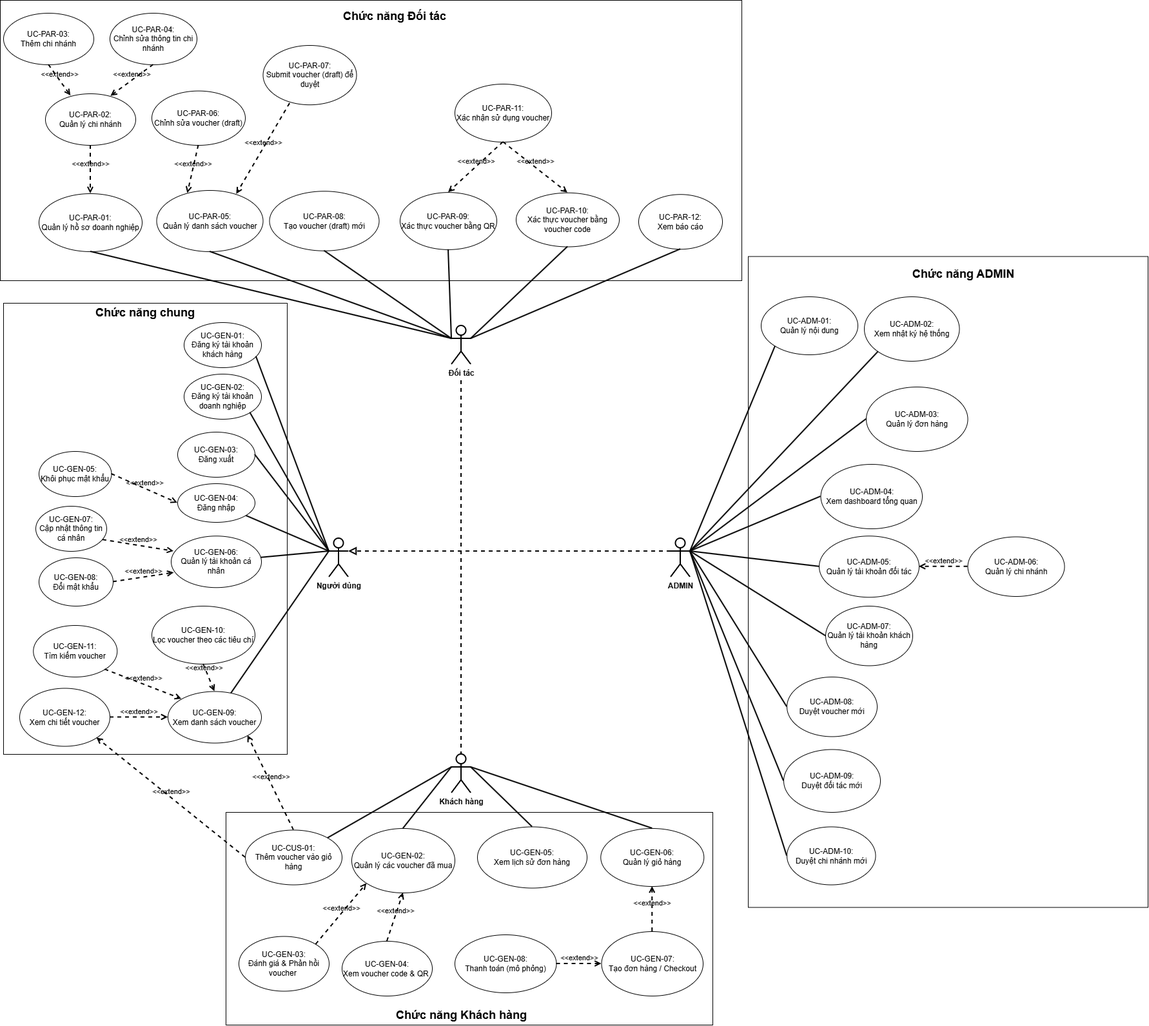
Earlier version of the draw.io export UseCase-Diagram/UseCase-Diagram-Light.png (DomQuangMinhTriet/EC_Nhom3). Source tidied: cells renumbered, new cells last; positions are measured from the earlier drawing's top-left corner, leaving out a move shared by most shapes.
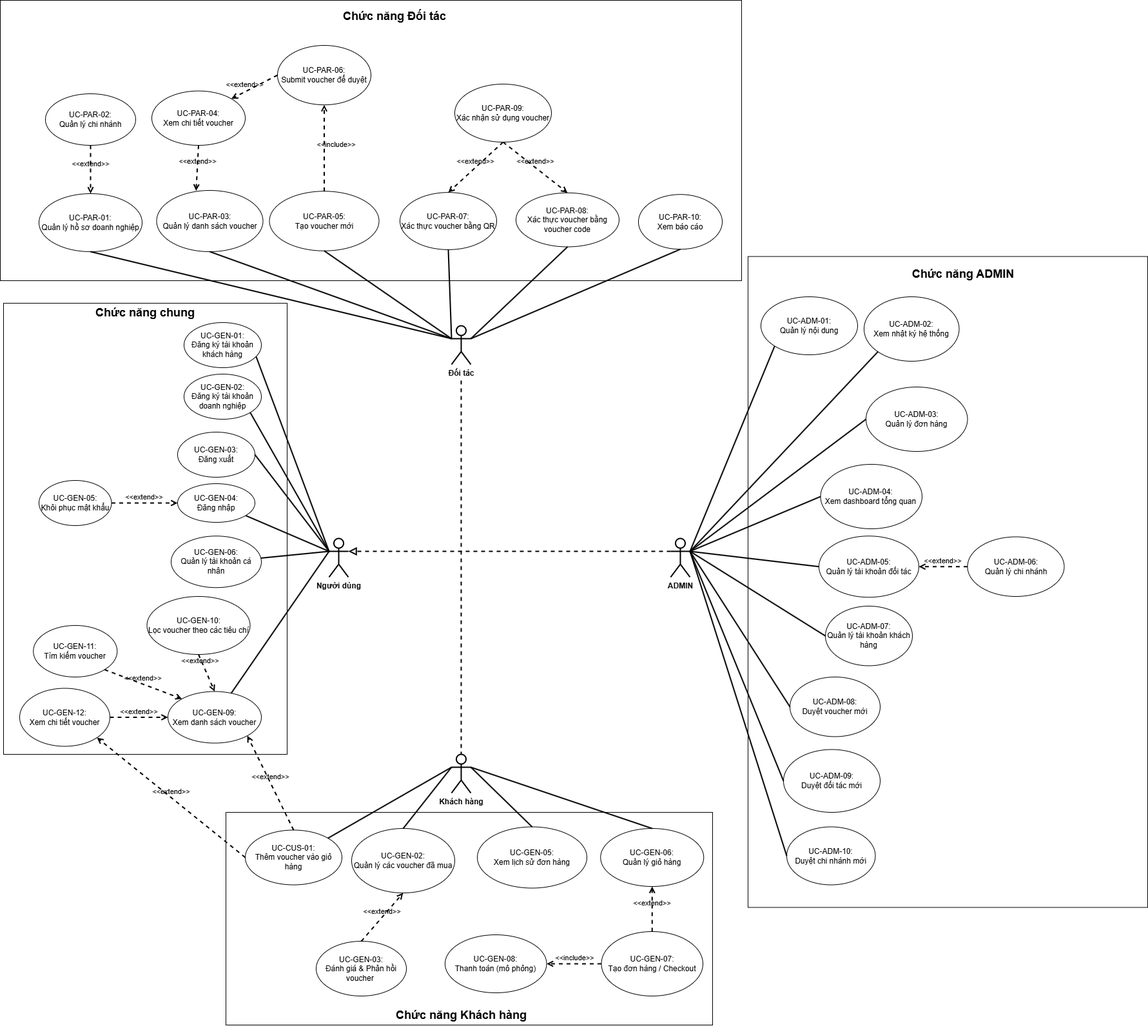
The same file after the commit.

Commit message:
duong/use-case: update diagram

What changed in the source:
```diff
@@ -32,9 +32,6 @@
     <mxCell id="11" value="UC-GEN-06:&lt;br&gt;&lt;div&gt;Quản lý tài khoản cá nhân&lt;/div&gt;" style="ellipse;whiteSpace=wrap;html=1;" parent="1" vertex="1">
       <mxGeometry x="265" y="831.2" width="140" height="80" as="geometry" />
     </mxCell>
-    <mxCell id="12" value="UC-GEN-07:&lt;div&gt;Cập nhật thông tin cá nhân&lt;/div&gt;" style="ellipse;whiteSpace=wrap;html=1;" parent="1" vertex="1">
-      <mxGeometry x="55" y="785" width="110" height="70" as="geometry" />
-    </mxCell>
     <mxCell id="13" value="UC-GEN-09:&lt;div&gt;Xem danh sách voucher&lt;/div&gt;" style="ellipse;whiteSpace=wrap;html=1;" parent="1" vertex="1">
       <mxGeometry x="260" y="1072.5" width="145" height="80" as="geometry" />
     </mxCell>
@@ -42,7 +39,7 @@
       <mxGeometry x="30" y="1067.5" width="140" height="90" as="geometry" />
     </mxCell>
     <mxCell id="15" value="UC-GEN-10:&lt;div&gt;Lọc voucher theo các tiêu chí&lt;/div&gt;" style="ellipse;whiteSpace=wrap;html=1;" parent="1" vertex="1">
-      <mxGeometry x="235" y="940" width="160" height="90" as="geometry" />
+      <mxGeometry x="227.5" y="925" width="160" height="90" as="geometry" />
     </mxCell>
     <mxCell id="16" value="UC-CUS-01:&lt;div&gt;Thêm voucher vào giỏ hàng&lt;/div&gt;" style="ellipse;whiteSpace=wrap;html=1;" parent="1" vertex="1">
       <mxGeometry x="380" y="1287.5" width="150" height="85" as="geometry" />
@@ -63,10 +60,10 @@
       <mxGeometry x="545" y="1285" width="160" height="100" as="geometry" />
     </mxCell>
     <mxCell id="22" value="UC-GEN-03:&lt;div&gt;Đánh giá &amp;amp; Phản hồi voucher&amp;nbsp;&lt;/div&gt;" style="ellipse;whiteSpace=wrap;html=1;" parent="1" vertex="1">
-      <mxGeometry x="370" y="1452.5" width="140" height="85" as="geometry" />
+      <mxGeometry x="490" y="1460" width="140" height="85" as="geometry" />
     </mxCell>
     <mxCell id="23" value="UC-GEN-08:&lt;div&gt;Thanh toán (mô phỏng)&lt;/div&gt;" style="ellipse;whiteSpace=wrap;html=1;" parent="1" vertex="1">
-      <mxGeometry x="705" y="1450" width="157.5" height="90" as="geometry" />
+      <mxGeometry x="690" y="1450" width="157.5" height="90" as="geometry" />
     </mxCell>
     <mxCell id="24" value="UC-PAR-02:&lt;div&gt;Quản lý chi nhánh&lt;/div&gt;" style="ellipse;whiteSpace=wrap;html=1;" parent="1" vertex="1">
       <mxGeometry x="70" y="145" width="140" height="80" as="geometry" />
@@ -74,29 +71,29 @@
     <mxCell id="25" value="UC-PAR-01:&lt;div&gt;Quản lý hồ sơ doanh nghiệp&lt;/div&gt;" style="ellipse;whiteSpace=wrap;html=1;" parent="1" vertex="1">
       <mxGeometry x="60" y="300" width="160" height="90" as="geometry" />
     </mxCell>
-    <mxCell id="26" value="UC-PAR-08:&lt;div&gt;Tạo voucher (draft) mới&lt;/div&gt;" style="ellipse;whiteSpace=wrap;html=1;" parent="1" vertex="1">
+    <mxCell id="26" value="UC-PAR-05:&lt;div&gt;Tạo voucher mới&lt;/div&gt;" style="ellipse;whiteSpace=wrap;html=1;" parent="1" vertex="1">
       <mxGeometry x="417.5" y="296.2" width="170" height="92.5" as="geometry" />
     </mxCell>
-    <mxCell id="27" value="UC-PAR-06:&lt;div&gt;Chỉnh sửa voucher (draft)&lt;/div&gt;" style="ellipse;whiteSpace=wrap;html=1;" parent="1" vertex="1">
+    <mxCell id="27" value="UC-PAR-04:&lt;div&gt;Xem chi tiết voucher&lt;/div&gt;" style="ellipse;whiteSpace=wrap;html=1;" parent="1" vertex="1">
       <mxGeometry x="235" y="140.6" width="145" height="84.4" as="geometry" />
     </mxCell>
-    <mxCell id="28" value="UC-PAR-07:&lt;div&gt;Submit voucher (draft) để duyệt&lt;/div&gt;" style="ellipse;whiteSpace=wrap;html=1;" parent="1" vertex="1">
-      <mxGeometry x="407.5" y="70" width="145" height="92.2" as="geometry" />
+    <mxCell id="28" value="UC-PAR-06:&lt;div&gt;Submit voucher để duyệt&lt;/div&gt;" style="ellipse;whiteSpace=wrap;html=1;" parent="1" vertex="1">
+      <mxGeometry x="430" y="70" width="145" height="92.2" as="geometry" />
     </mxCell>
-    <mxCell id="29" value="UC-PAR-05:&lt;div&gt;Quản lý danh sách voucher&lt;/div&gt;" style="ellipse;whiteSpace=wrap;html=1;" parent="1" vertex="1">
+    <mxCell id="29" value="UC-PAR-03:&lt;div&gt;Quản lý danh sách voucher&lt;/div&gt;" style="ellipse;whiteSpace=wrap;html=1;" parent="1" vertex="1">
       <mxGeometry x="242.5" y="295" width="165" height="95" as="geometry" />
     </mxCell>
-    <mxCell id="30" value="UC-PAR-09:&lt;div&gt;Xác thực voucher bằng QR&lt;/div&gt;" style="ellipse;whiteSpace=wrap;html=1;" parent="1" vertex="1">
+    <mxCell id="30" value="UC-PAR-07:&lt;div&gt;Xác thực voucher bằng QR&lt;/div&gt;" style="ellipse;whiteSpace=wrap;html=1;" parent="1" vertex="1">
       <mxGeometry x="620" y="298.1" width="150" height="88.8" as="geometry" />
     </mxCell>
-    <mxCell id="31" value="UC-PAR-10:&lt;div&gt;Xác thực voucher bằng voucher code&lt;/div&gt;" style="ellipse;whiteSpace=wrap;html=1;" parent="1" vertex="1">
+    <mxCell id="31" value="UC-PAR-08:&lt;div&gt;Xác thực voucher bằng voucher code&lt;/div&gt;" style="ellipse;whiteSpace=wrap;html=1;" parent="1" vertex="1">
       <mxGeometry x="800" y="298.8" width="160" height="83.8" as="geometry" />
     </mxCell>
-    <mxCell id="32" value="UC-PAR-12:&lt;div&gt;Xem báo cáo&lt;/div&gt;" style="ellipse;whiteSpace=wrap;html=1;" parent="1" vertex="1">
+    <mxCell id="32" value="UC-PAR-10:&lt;div&gt;Xem báo cáo&lt;/div&gt;" style="ellipse;whiteSpace=wrap;html=1;" parent="1" vertex="1">
       <mxGeometry x="990" y="301.2" width="130" height="85" as="geometry" />
     </mxCell>
     <mxCell id="33" value="UC-GEN-05:&lt;div&gt;Khôi phục mật khẩu&lt;/div&gt;" style="ellipse;whiteSpace=wrap;html=1;" parent="1" vertex="1">
-      <mxGeometry x="60" y="700" width="112.5" height="70" as="geometry" />
+      <mxGeometry x="60" y="745" width="112.5" height="70" as="geometry" />
     </mxCell>
     <mxCell id="34" value="&lt;b&gt;ADMIN&lt;/b&gt;" style="shape=umlActor;verticalLabelPosition=bottom;verticalAlign=top;html=1;outlineConnect=0;strokeWidth=2;" parent="1" vertex="1">
       <mxGeometry x="1040" y="835" width="30" height="60" as="geometry" />
@@ -114,7 +111,7 @@
       <mxGeometry x="1500.5" y="832.5" width="150" height="92.5" as="geometry" />
     </mxCell>
     <mxCell id="39" value="UC-ADM-08:&lt;div&gt;Duyệt voucher mới&lt;/div&gt;" style="ellipse;whiteSpace=wrap;html=1;" parent="1" vertex="1">
-      <mxGeometry x="1220" y="1050" width="140" height="92.5" as="geometry" />
+      <mxGeometry x="1225" y="1050" width="140" height="92.5" as="geometry" />
     </mxCell>
     <mxCell id="40" value="UC-ADM-09:&lt;div&gt;Duyệt đối tác mới&lt;/div&gt;" style="ellipse;whiteSpace=wrap;html=1;" parent="1" vertex="1">
       <mxGeometry x="1215" y="1162.5" width="150" height="97.5" as="geometry" />
@@ -157,10 +154,7 @@
     <mxCell id="52" value="&amp;lt;&amp;lt;extend&amp;gt;&amp;gt;" style="html=1;verticalAlign=bottom;labelBackgroundColor=none;endArrow=open;endFill=0;dashed=1;rounded=0;strokeWidth=2;exitX=0.5;exitY=1;exitDx=0;exitDy=0;entryX=0.5;entryY=0;entryDx=0;entryDy=0;" parent="1" edge="1" source="15" target="13">
       <mxGeometry x="-0.41" y="-5" relative="1" as="geometry" />
     </mxCell>
-    <mxCell id="53" value="&amp;lt;&amp;lt;extend&amp;gt;&amp;gt;" style="html=1;verticalAlign=bottom;labelBackgroundColor=none;endArrow=open;endFill=0;dashed=1;rounded=0;strokeWidth=2;exitX=0.945;exitY=0.745;exitDx=0;exitDy=0;entryX=0.029;entryY=0.297;entryDx=0;entryDy=0;exitPerimeter=0;entryPerimeter=0;" parent="1" edge="1" source="12" target="11">
-      <mxGeometry relative="1" as="geometry" />
-    </mxCell>
-    <mxCell id="54" value="UC-PAR-11:&lt;div&gt;Xác nhận sử dụng voucher&lt;/div&gt;" style="ellipse;whiteSpace=wrap;html=1;" parent="1" vertex="1">
+    <mxCell id="54" value="UC-PAR-09:&lt;div&gt;Xác nhận sử dụng voucher&lt;/div&gt;" style="ellipse;whiteSpace=wrap;html=1;" parent="1" vertex="1">
       <mxGeometry x="705" y="130" width="150" height="90" as="geometry" />
     </mxCell>
     <mxCell id="55" value="UC-ADM-10:&lt;div&gt;Duyệt chi nhánh mới&lt;/div&gt;" style="ellipse;whiteSpace=wrap;html=1;" parent="1" vertex="1">
@@ -211,10 +205,10 @@
     <mxCell id="70" style="rounded=0;jettySize=auto;html=1;entryX=1;entryY=0.3333333333333333;entryDx=0;entryDy=0;endArrow=none;endFill=0;exitX=0.5;exitY=0;exitDx=0;exitDy=0;strokeWidth=2;entryPerimeter=0;" parent="1" edge="1" source="20" target="4">
       <mxGeometry relative="1" as="geometry" />
     </mxCell>
-    <mxCell id="71" value="&amp;lt;&amp;lt;extend&amp;gt;&amp;gt;" style="html=1;verticalAlign=bottom;labelBackgroundColor=none;endArrow=open;endFill=0;dashed=1;rounded=0;strokeWidth=2;exitX=1;exitY=0;exitDx=0;exitDy=0;entryX=0;entryY=1;entryDx=0;entryDy=0;" parent="1" edge="1" source="22" target="21">
+    <mxCell id="71" value="&amp;lt;&amp;lt;extend&amp;gt;&amp;gt;" style="html=1;verticalAlign=bottom;labelBackgroundColor=none;endArrow=open;endFill=0;dashed=1;rounded=0;strokeWidth=2;exitX=0.5;exitY=0;exitDx=0;exitDy=0;entryX=0.5;entryY=1;entryDx=0;entryDy=0;" parent="1" edge="1" source="22" target="21">
       <mxGeometry relative="1" as="geometry" />
     </mxCell>
-    <mxCell id="72" value="&amp;lt;&amp;lt;extend&amp;gt;&amp;gt;" style="html=1;verticalAlign=bottom;labelBackgroundColor=none;endArrow=open;endFill=0;dashed=1;rounded=0;strokeWidth=2;exitX=1;exitY=0.5;exitDx=0;exitDy=0;entryX=0;entryY=0.5;entryDx=0;entryDy=0;" parent="1" edge="1" source="23" target="19">
+    <mxCell id="72" value="&amp;lt;&amp;lt;include&amp;gt;&amp;gt;" style="html=1;verticalAlign=bottom;labelBackgroundColor=none;endArrow=open;endFill=0;dashed=1;rounded=0;strokeWidth=2;exitX=0;exitY=0.5;exitDx=0;exitDy=0;entryX=1;entryY=0.5;entryDx=0;entryDy=0;" parent="1" edge="1" source="19" target="23">
       <mxGeometry relative="1" as="geometry" />
     </mxCell>
     <mxCell id="73" value="&amp;lt;&amp;lt;extend&amp;gt;&amp;gt;" style="html=1;verticalAlign=bottom;labelBackgroundColor=none;endArrow=open;endFill=0;dashed=1;rounded=0;strokeWidth=2;exitX=0.5;exitY=0;exitDx=0;exitDy=0;entryX=0.5;entryY=1;entryDx=0;entryDy=0;" parent="1" edge="1" source="19" target="18">
@@ -229,20 +223,14 @@
     <mxCell id="76" value="&amp;lt;&amp;lt;extend&amp;gt;&amp;gt;" style="html=1;verticalAlign=bottom;labelBackgroundColor=none;endArrow=open;endFill=0;dashed=1;rounded=0;strokeWidth=2;exitX=0;exitY=0.5;exitDx=0;exitDy=0;entryX=1;entryY=0.5;entryDx=0;entryDy=0;" parent="1" edge="1" source="38" target="37">
       <mxGeometry relative="1" as="geometry" />
     </mxCell>
-    <mxCell id="77" value="UC-GEN-08:&lt;div&gt;Đổi mật khẩu&lt;/div&gt;" style="ellipse;whiteSpace=wrap;html=1;" parent="1" vertex="1">
-      <mxGeometry x="60" y="865" width="115" height="75" as="geometry" />
-    </mxCell>
-    <mxCell id="78" value="&amp;lt;&amp;lt;extend&amp;gt;&amp;gt;" style="html=1;verticalAlign=bottom;labelBackgroundColor=none;endArrow=open;endFill=0;dashed=1;rounded=0;strokeWidth=2;exitX=1;exitY=0.5;exitDx=0;exitDy=0;entryX=0.031;entryY=0.713;entryDx=0;entryDy=0;entryPerimeter=0;" parent="1" edge="1" source="77" target="11">
-      <mxGeometry relative="1" as="geometry" />
-    </mxCell>
     <mxCell id="79" value="&amp;lt;&amp;lt;extend&amp;gt;&amp;gt;" style="html=1;verticalAlign=bottom;labelBackgroundColor=none;endArrow=open;endFill=0;dashed=1;rounded=0;strokeWidth=2;exitX=0.5;exitY=1;exitDx=0;exitDy=0;entryX=0.5;entryY=0;entryDx=0;entryDy=0;" parent="1" edge="1" source="24" target="25">
       <mxGeometry relative="1" as="geometry" />
     </mxCell>
-    <mxCell id="80" value="&amp;lt;&amp;lt;extend&amp;gt;&amp;gt;" style="html=1;verticalAlign=bottom;labelBackgroundColor=none;endArrow=open;endFill=0;dashed=1;rounded=0;strokeWidth=2;exitX=0.5;exitY=1;exitDx=0;exitDy=0;entryX=0.291;entryY=0.047;entryDx=0;entryDy=0;entryPerimeter=0;" parent="1" edge="1" source="27" target="29">
+    <mxCell id="80" value="&amp;lt;&amp;lt;extend&amp;gt;&amp;gt;" style="html=1;verticalAlign=bottom;labelBackgroundColor=none;endArrow=open;endFill=0;dashed=1;rounded=0;strokeWidth=2;exitX=0.5;exitY=1;exitDx=0;exitDy=0;entryX=0.371;entryY=0.007;entryDx=0;entryDy=0;entryPerimeter=0;" parent="1" edge="1" source="27" target="29">
       <mxGeometry relative="1" as="geometry" />
     </mxCell>
-    <mxCell id="81" value="&amp;lt;&amp;lt;extend&amp;gt;&amp;gt;" style="html=1;verticalAlign=bottom;labelBackgroundColor=none;endArrow=open;endFill=0;dashed=1;rounded=0;strokeWidth=2;exitX=0.287;exitY=0.976;exitDx=0;exitDy=0;entryX=0.751;entryY=0.061;entryDx=0;entryDy=0;entryPerimeter=0;exitPerimeter=0;" parent="1" edge="1" source="28" target="29">
-      <mxGeometry relative="1" as="geometry" />
+    <mxCell id="81" value="&amp;lt;&amp;lt;extend&amp;gt;&amp;gt;" style="html=1;verticalAlign=bottom;labelBackgroundColor=none;endArrow=open;endFill=0;dashed=1;rounded=0;strokeWidth=2;exitX=0;exitY=0.5;exitDx=0;exitDy=0;entryX=1;entryY=0;entryDx=0;entryDy=0;" parent="1" edge="1" source="28" target="27">
+      <mxGeometry x="0.38" y="-2" relative="1" as="geometry" />
     </mxCell>
     <mxCell id="82" value="&amp;lt;&amp;lt;extend&amp;gt;&amp;gt;" style="html=1;verticalAlign=bottom;labelBackgroundColor=none;endArrow=open;endFill=0;dashed=1;rounded=0;strokeWidth=2;exitX=0.5;exitY=1;exitDx=0;exitDy=0;entryX=0.5;entryY=0;entryDx=0;entryDy=0;" parent="1" edge="1" source="54" target="30">
       <mxGeometry relative="1" as="geometry" />
@@ -250,30 +238,12 @@
     <mxCell id="83" value="&amp;lt;&amp;lt;extend&amp;gt;&amp;gt;" style="html=1;verticalAlign=bottom;labelBackgroundColor=none;endArrow=open;endFill=0;dashed=1;rounded=0;strokeWidth=2;exitX=0.5;exitY=1;exitDx=0;exitDy=0;entryX=0.5;entryY=0;entryDx=0;entryDy=0;" parent="1" edge="1" source="54" target="31">
       <mxGeometry relative="1" as="geometry" />
     </mxCell>
-    <mxCell id="84" value="UC-PAR-03:&lt;div&gt;Thêm chi nhánh&lt;/div&gt;" style="ellipse;whiteSpace=wrap;html=1;" parent="1" vertex="1">
-      <mxGeometry x="5" y="20" width="140" height="80" as="geometry" />
-    </mxCell>
-    <mxCell id="85" value="UC-PAR-04:&lt;div&gt;Chỉnh sửa thông tin chi nhánh&lt;/div&gt;" style="ellipse;whiteSpace=wrap;html=1;" parent="1" vertex="1">
-      <mxGeometry x="170" y="20" width="135" height="80" as="geometry" />
-    </mxCell>
-    <mxCell id="86" value="&amp;lt;&amp;lt;extend&amp;gt;&amp;gt;" style="html=1;verticalAlign=bottom;labelBackgroundColor=none;endArrow=open;endFill=0;dashed=1;rounded=0;strokeWidth=2;exitX=0.5;exitY=1;exitDx=0;exitDy=0;entryX=0.281;entryY=0.04;entryDx=0;entryDy=0;entryPerimeter=0;" parent="1" edge="1" source="84" target="24">
-      <mxGeometry relative="1" as="geometry" />
-    </mxCell>
-    <mxCell id="87" value="&amp;lt;&amp;lt;extend&amp;gt;&amp;gt;" style="html=1;verticalAlign=bottom;labelBackgroundColor=none;endArrow=open;endFill=0;dashed=1;rounded=0;strokeWidth=2;exitX=0.5;exitY=1;exitDx=0;exitDy=0;entryX=0.724;entryY=0.046;entryDx=0;entryDy=0;entryPerimeter=0;" parent="1" edge="1" source="85" target="24">
-      <mxGeometry relative="1" as="geometry" />
-    </mxCell>
     <mxCell id="88" value="UC-ADM-03:&lt;div&gt;Quản lý đơn hàng&lt;/div&gt;" style="ellipse;whiteSpace=wrap;html=1;" parent="1" vertex="1">
       <mxGeometry x="1343" y="600" width="157.5" height="100" as="geometry" />
     </mxCell>
     <mxCell id="89" style="rounded=0;jettySize=auto;html=1;entryX=1;entryY=0.3333333333333333;entryDx=0;entryDy=0;endArrow=none;endFill=0;exitX=0;exitY=0.5;exitDx=0;exitDy=0;strokeWidth=2;entryPerimeter=0;" parent="1" edge="1" source="88" target="34">
       <mxGeometry relative="1" as="geometry" />
     </mxCell>
-    <mxCell id="90" value="UC-GEN-04:&lt;div&gt;Xem voucher code &amp;amp; QR&amp;nbsp;&lt;/div&gt;" style="ellipse;whiteSpace=wrap;html=1;" parent="1" vertex="1">
-      <mxGeometry x="530" y="1460" width="140" height="85" as="geometry" />
-    </mxCell>
-    <mxCell id="91" value="&amp;lt;&amp;lt;extend&amp;gt;&amp;gt;" style="html=1;verticalAlign=bottom;labelBackgroundColor=none;endArrow=open;endFill=0;dashed=1;rounded=0;strokeWidth=2;exitX=0.5;exitY=0;exitDx=0;exitDy=0;entryX=0.5;entryY=1;entryDx=0;entryDy=0;" parent="1" edge="1" source="90" target="21">
-      <mxGeometry relative="1" as="geometry" />
-    </mxCell>
     <mxCell id="92" value="UC-GEN-01:&lt;div&gt;Đăng ký tài khoản khách hàng&lt;/div&gt;" style="ellipse;whiteSpace=wrap;html=1;" parent="1" vertex="1">
       <mxGeometry x="285" y="500" width="120" height="70" as="geometry" />
     </mxCell>
@@ -307,5 +277,8 @@
     <mxCell id="102" style="rounded=0;jettySize=auto;html=1;entryX=1;entryY=0.3333333333333333;entryDx=0;entryDy=0;endArrow=none;endFill=0;exitX=0;exitY=0.5;exitDx=0;exitDy=0;strokeWidth=2;entryPerimeter=0;" parent="1" edge="1" source="36" target="34">
       <mxGeometry relative="1" as="geometry" />
     </mxCell>
+    <mxCell id="103" value="&amp;lt;&amp;lt;include&amp;gt;&amp;gt;" style="html=1;verticalAlign=bottom;labelBackgroundColor=none;endArrow=open;endFill=0;dashed=1;rounded=0;strokeWidth=2;exitX=0.5;exitY=0;exitDx=0;exitDy=0;entryX=0.5;entryY=1;entryDx=0;entryDy=0;" parent="1" edge="1" source="26" target="28">
+      <mxGeometry x="-0.06" y="-18" relative="1" as="geometry" />
+    </mxCell>
   </root>
 </mxGraphModel>
```
